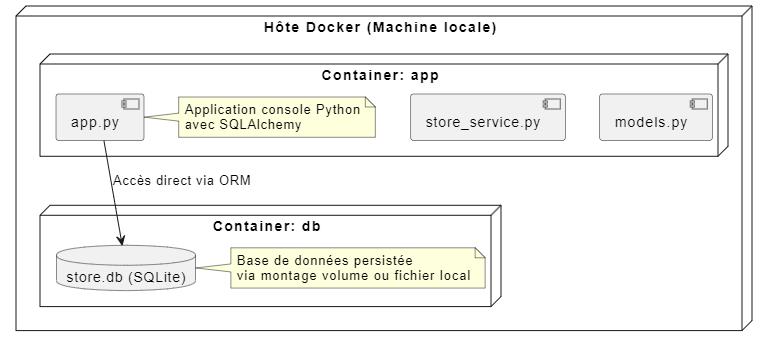
The PlantUML diagram docs/UML/lab1/deploiement.png in LawrenceLiang02/LOG430_ETAPE1, before a commit. Its source is kept beside it as docs/UML/lab1/deploiement.puml.
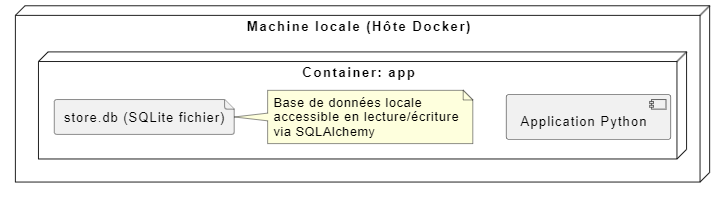
After the change.

Commit message:
rest of diagrams

What changed in the source:
```diff
@@ -1,17 +1,9 @@
 @startuml diag_deploiement
-node "Hôte Docker (Machine locale)" {
+node "Machine locale (Hôte Docker)" {
     node "Container: app" {
-        component "app.py"
-        component "store_service.py"
-        component "models.py"
-        note right of "app.py" : Application console Python\navec SQLAlchemy
+        component "Application Python"
+        file "store.db (SQLite fichier)"
+        note right of "store.db (SQLite fichier)" : Base de données locale\naccessible en lecture/écriture\nvia SQLAlchemy
     }
-
-    node "Container: db" {
-        database "store.db (SQLite)"
-        note right of "store.db (SQLite)" : Base de données persistée\nvia montage volume ou fichier local
-    }
-
-    "app.py" --> "store.db (SQLite)" : Accès direct via ORM
 }
 @enduml
```
